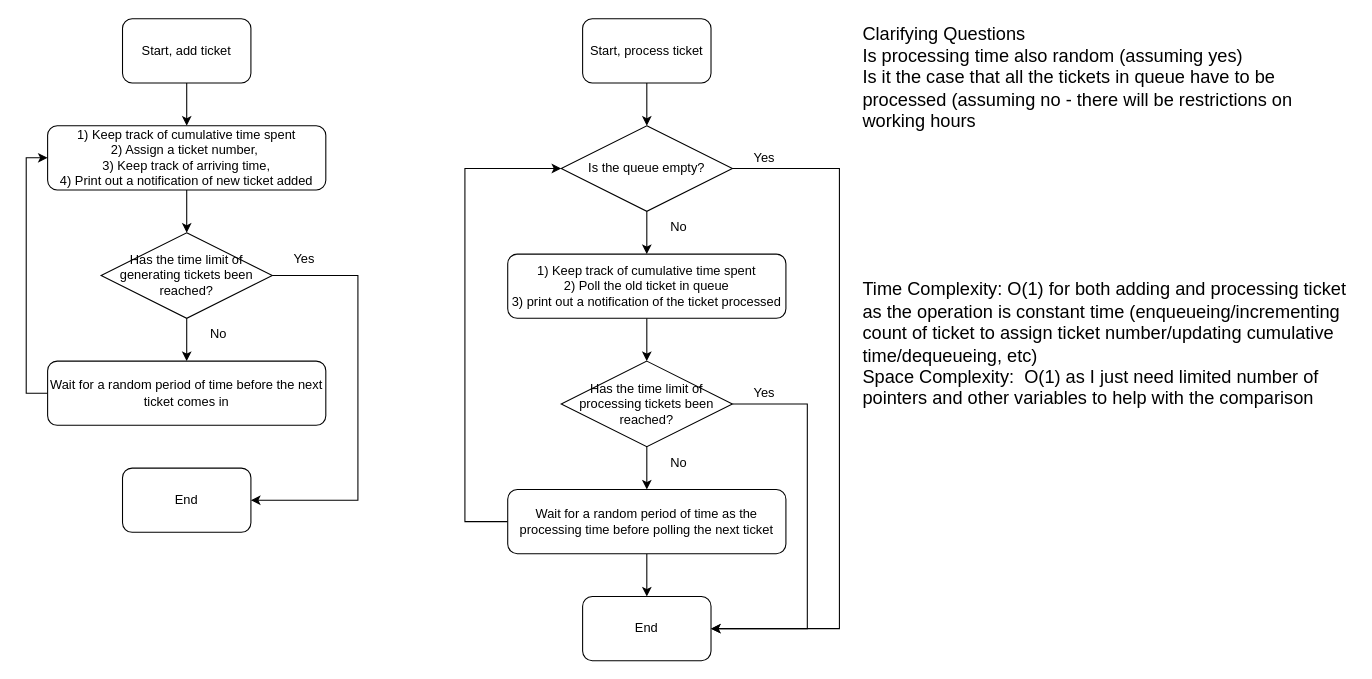
This is Ticketing System Simulation.drawio from yanatnsc/Ticketing-System-Simulation, a draw.io file, before an edit. Source tidied: cells renumbered, new cells numbered last; positions are measured from the earlier drawing's top-left corner, leaving out a move shared by most shapes. Both pictures are drawn from the tidied source at 107%, with x=0, y=0 at pixel (47, 18).
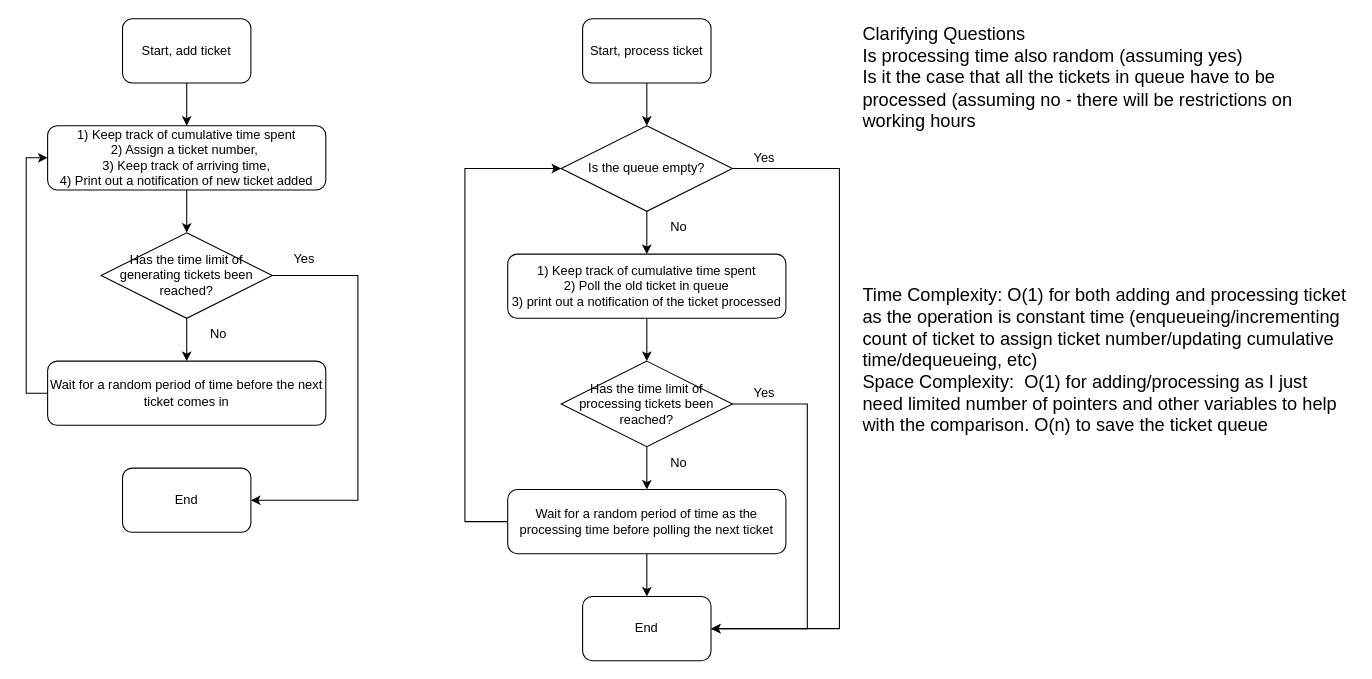
The same diagram, later.

What changed in the source:
```diff
@@
-    <mxCell id="5" value="&lt;span style=&quot;font-size: 17px;&quot;&gt;Time Complexity: O(1) for both adding and processing ticket as the operation is constant time (enqueueing/incrementing count of ticket to assign ticket number/updating cumulative time/dequeueing, etc)&amp;nbsp;&lt;/span&gt;&lt;div&gt;&lt;span style=&quot;font-size: 17px;&quot;&gt;Space Complexity:&amp;nbsp; O(1) as I just need limited number of pointers and other variables to help with the comparison&lt;br&gt;&lt;/span&gt;&lt;/div&gt;" style="text;html=1;align=left;verticalAlign=middle;whiteSpace=wrap;rounded=0;" parent="1" vertex="1">
-      <mxGeometry x="760" y="250" width="460" height="110" as="geometry" />
+    <mxCell id="5" value="&lt;span style=&quot;font-size: 17px;&quot;&gt;Time Complexity: O(1) for both adding and processing ticket as the operation is constant time (enqueueing/incrementing count of ticket to assign ticket number/updating cumulative time/dequeueing, etc)&amp;nbsp;&lt;/span&gt;&lt;div&gt;&lt;span style=&quot;font-size: 17px;&quot;&gt;Space Complexity:&amp;nbsp; O(1) for adding/processing as I just need limited number of pointers and other variables to help with the comparison. O(n) to save the ticket queue&lt;br&gt;&lt;/span&gt;&lt;/div&gt;" style="text;html=1;align=left;verticalAlign=middle;whiteSpace=wrap;rounded=0;" parent="1" vertex="1">
+      <mxGeometry x="760" y="250" width="460" height="140" as="geometry" />
     </mxCell>
```
